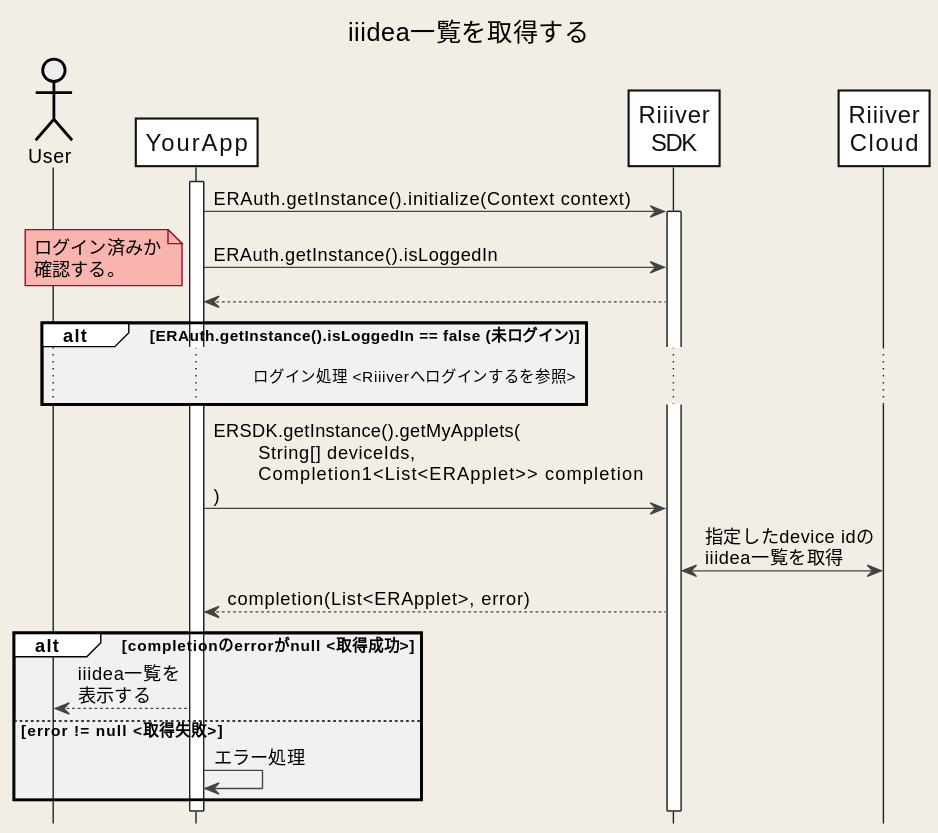
CitizenWatch/RiiiverResources keeps this PlantUML diagram as images/Android/en/Sequences/getIiideaList.svg. Above is the earlier version. Source of this version:
```plantuml
@startuml
title iiidea一覧を取得する
hide footbox

skinparam DefaultFontName "Noto Sans JP, Helvetica, Arial, Liberation Sans"
skinparam BackgroundColor #F2EEE6
skinparam Shadowing false
skinparam NoteBackgroundColor #F9B5AD
skinparam NodeBorderColor #F26767

skinparam sequence {
ArrowColor #444444
ActorBorderColor Black
LifeLineBorderColor #222222
LifeLineBackgroundColor White
BoxBorderColor #FFFFFF
BoxBackgroundColor #F2fEf6
GroupBackgroundColor #FFFFFF
GroupBodyBackgroundColor #F3F0F0

ParticipantBorderColor #111111
ParticipantBackgroundColor White
ParticipantFontSize 17
ParticipantFontColor #111111
BoundaryBorderColor Gray
ActorBackgroundColor #eeeeee
ActorFontColor Black

}

actor User
participant YourApp as App
participant "Riiiver\nSDK" as ERSDK
participant "Riiiver\nCloud" as Riiiver

activate App

App -> ERSDK: ERAuth.getInstance().initialize(Context context)
activate ERSDK

App -> ERSDK: ERAuth.getInstance().isLoggedIn
note left: ログイン済みか\n確認する。
ERSDK --> App:

alt ERAuth.getInstance().isLoggedIn == false (未ログイン)
    ... ログイン処理 <Riiiverへログインするを参照>                           ...
end

App -> ERSDK: ERSDK.getInstance().getMyApplets(\n\tString[] deviceIds,\n\tCompletion1<List<ERApplet>> completion\n)
ERSDK <-> Riiiver: 指定したdevice idの\niiidea一覧を取得
App <-- ERSDK: completion(List<ERApplet>, error)
alt completionのerrorがnull <取得成功>
    User <-- App: iiidea一覧を\n表示する
else error != null <取得失敗>
    App -> App: エラー処理
end

@enduml
```
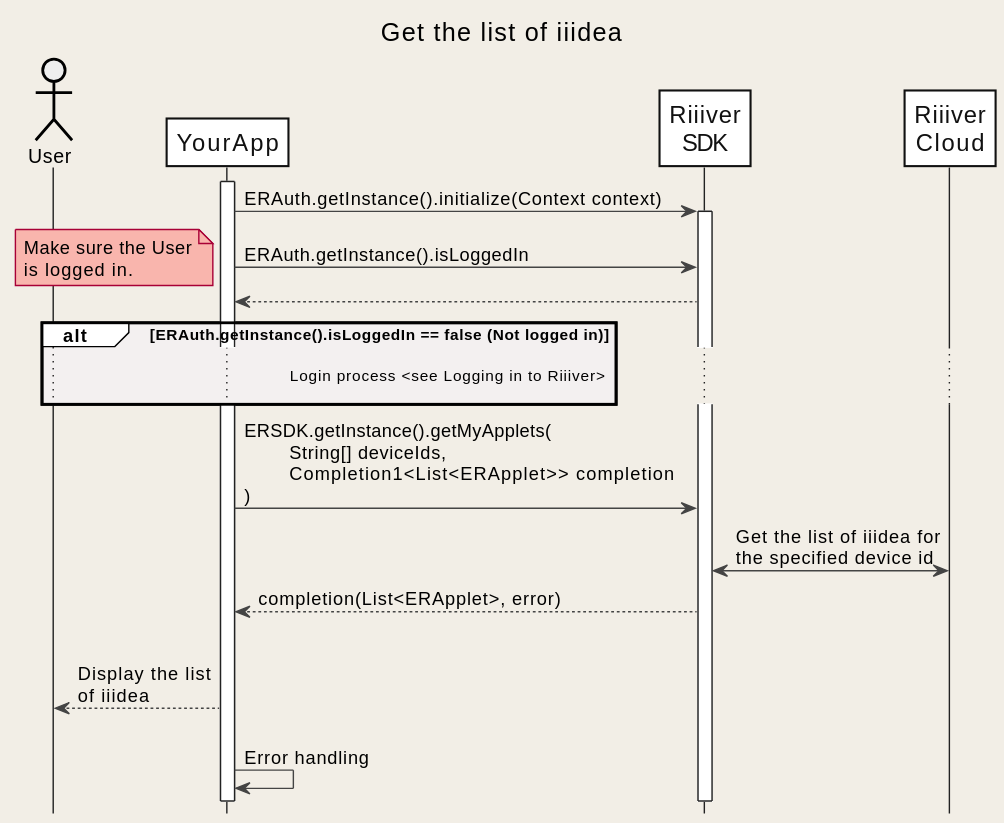
Later version of the same file.

The edit, as a diff of the source:
```diff
@@ -1,5 +1,5 @@
 @startuml
-title iiidea一覧を取得する
+title Get the list of iiidea
 hide footbox
 
 skinparam DefaultFontName "Noto Sans JP, Helvetica, Arial, Liberation Sans"
@@ -39,20 +39,19 @@
 activate ERSDK
 
 App -> ERSDK: ERAuth.getInstance().isLoggedIn
-note left: ログイン済みか\n確認する。
+note left: Make sure the User\nis logged in.
 ERSDK --> App:
 
-alt ERAuth.getInstance().isLoggedIn == false (未ログイン)
-    ... ログイン処理 <Riiiverへログインするを参照>                           ...
+alt ERAuth.getInstance().isLoggedIn == false (Not logged in)
+    ... Login process <see Logging in to Riiiver>                           ...
 end
 
 App -> ERSDK: ERSDK.getInstance().getMyApplets(\n\tString[] deviceIds,\n\tCompletion1<List<ERApplet>> completion\n)
-ERSDK <-> Riiiver: 指定したdevice idの\niiidea一覧を取得
+ERSDK <-> Riiiver: Get the list of iiidea for\nthe specified device id
 App <-- ERSDK: completion(List<ERApplet>, error)
-alt completionのerrorがnull <取得成功>
-    User <-- App: iiidea一覧を\n表示する
-else error != null <取得失敗>
-    App -> App: エラー処理
-end
+alt The error of completion is null <successful acquisition>
+    User <-- App: Display the list\nof iiidea
+else error != null <Acquisition failure>
+    App -> App: Error handling
 
 @enduml
```
